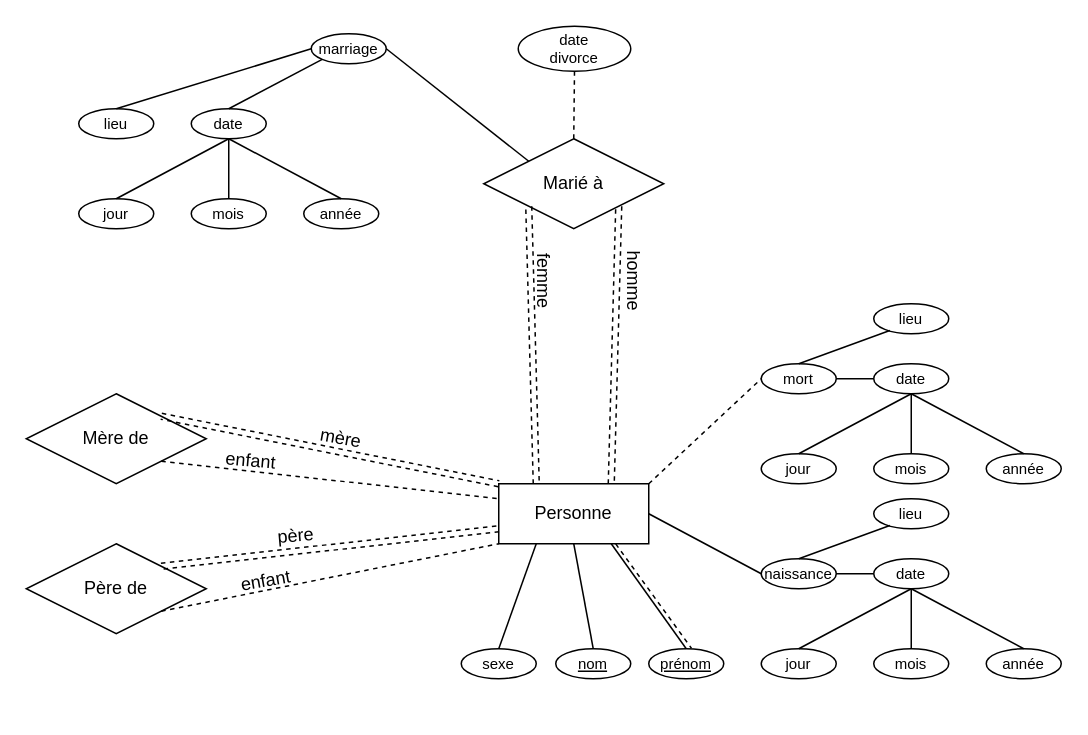
Above: page "Exercice-1" (1 of 2) of Diagramme.drawio in jeanclaude-desrosiers/ift2935-devoir1 (draw.io), before the change. Source tidied: cells renumbered, new cells numbered last; positions are measured from the earlier drawing's top-left corner, leaving out a move shared by most shapes. Both pictures are drawn from the tidied source at 150%, with x=0, y=0 at pixel (26, 26).
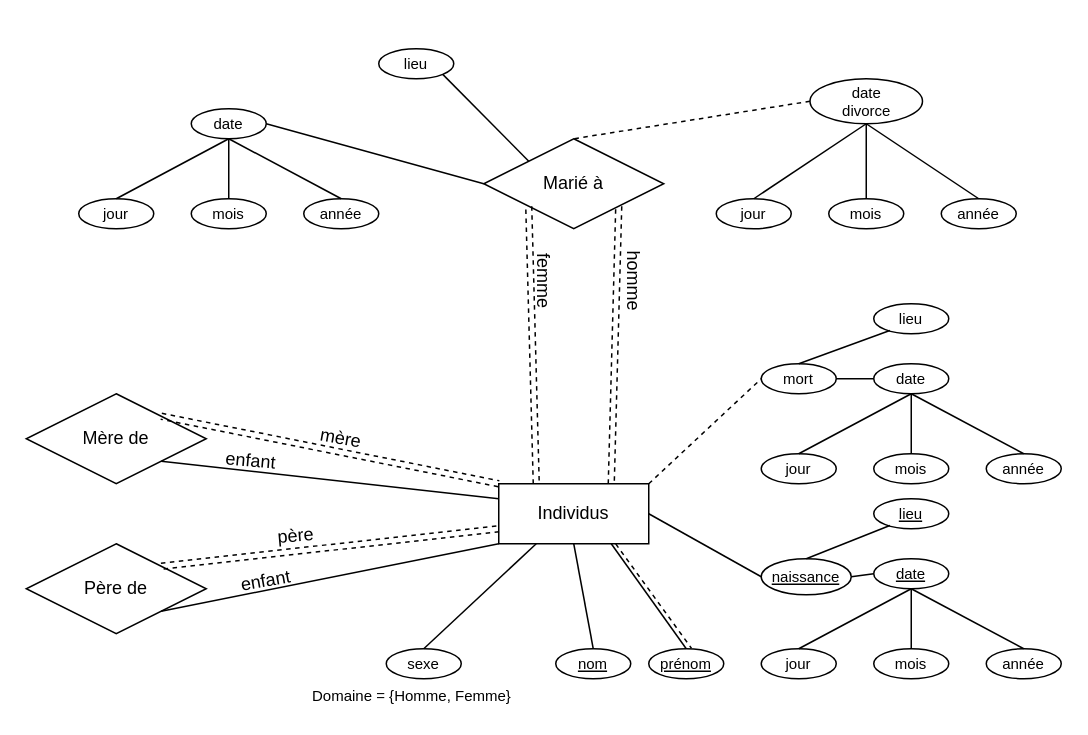
After the change.

Commit message:
Mettre à jour Exercice-1

Unchanged cells that the change refers to:
```xml
<mxCell id="3" value="&lt;div&gt;Mère de&lt;/div&gt;" style="shape=rhombus;perimeter=rhombusPerimeter;whiteSpace=wrap;html=1;align=center;" parent="1" vertex="1">
  <mxGeometry y="245" width="120" height="60" as="geometry" />
</mxCell>
<mxCell id="4" value="&lt;div&gt;Père de&lt;/div&gt;" style="shape=rhombus;perimeter=rhombusPerimeter;whiteSpace=wrap;html=1;align=center;" parent="1" vertex="1">
  <mxGeometry y="345" width="120" height="60" as="geometry" />
</mxCell>
<mxCell id="13" value="Marié à" style="shape=rhombus;perimeter=rhombusPerimeter;whiteSpace=wrap;html=1;align=center;" parent="1" vertex="1">
  <mxGeometry x="305" y="75" width="120" height="60" as="geometry" />
</mxCell>
<mxCell id="19" value="date" style="ellipse;whiteSpace=wrap;html=1;align=center;fontSize=10;" parent="1" vertex="1">
  <mxGeometry x="110" y="55" width="50" height="20" as="geometry" />
</mxCell>
```

What changed in the source:
```diff
@@
-    <mxCell id="2" value="&lt;div&gt;Personne&lt;/div&gt;" style="whiteSpace=wrap;html=1;align=center;" parent="1" vertex="1">
+    <mxCell id="2" value="Individus" style="whiteSpace=wrap;html=1;align=center;" parent="1" vertex="1">
       <mxGeometry x="315" y="305" width="100" height="40" as="geometry" />
     </mxCell>
@@
-    <mxCell id="7" style="endArrow=none;html=1;rounded=0;dashed=1;exitX=1;exitY=1;exitDx=0;exitDy=0;entryX=0;entryY=0.25;entryDx=0;entryDy=0;" parent="1" edge="1" source="3" target="2">
+    <mxCell id="7" style="endArrow=none;html=1;rounded=0;exitX=1;exitY=1;exitDx=0;exitDy=0;entryX=0;entryY=0.25;entryDx=0;entryDy=0;" parent="1" edge="1" source="3" target="2">
       <mxGeometry relative="1" as="geometry" />
     </mxCell>
@@
-    <mxCell id="11" style="endArrow=none;html=1;rounded=0;dashed=1;exitX=1;exitY=1;exitDx=0;exitDy=0;entryX=0;entryY=1;entryDx=0;entryDy=0;" parent="1" edge="1" source="4" target="2">
+    <mxCell id="11" style="endArrow=none;html=1;rounded=0;exitX=1;exitY=1;exitDx=0;exitDy=0;entryX=0;entryY=1;entryDx=0;entryDy=0;" parent="1" edge="1" source="4" target="2">
       <mxGeometry relative="1" as="geometry" />
     </mxCell>
@@
-    <mxCell id="18" value="&lt;div style=&quot;font-size: 10px;&quot;&gt;marriage&lt;/div&gt;" style="ellipse;whiteSpace=wrap;html=1;align=center;fontSize=10;" parent="1" vertex="1">
-      <mxGeometry x="190" y="5" width="50" height="20" as="geometry" />
-    </mxCell>
@@
     <mxCell id="23" value="lieu" style="ellipse;whiteSpace=wrap;html=1;align=center;fontSize=10;" parent="1" vertex="1">
-      <mxGeometry x="35" y="55" width="50" height="20" as="geometry" />
+      <mxGeometry x="235" y="15" width="50" height="20" as="geometry" />
     </mxCell>
     <mxCell id="24" value="&lt;div&gt;date&lt;/div&gt;&lt;div&gt;divorce&lt;br&gt;&lt;/div&gt;" style="ellipse;whiteSpace=wrap;html=1;align=center;fontSize=10;" parent="1" vertex="1">
-      <mxGeometry x="328" width="75" height="30" as="geometry" />
+      <mxGeometry x="522.5" y="35" width="75" height="30" as="geometry" />
     </mxCell>
-    <mxCell id="25" style="endArrow=none;html=1;rounded=0;fontSize=10;entryX=0;entryY=0;entryDx=0;entryDy=0;exitX=1;exitY=0.5;exitDx=0;exitDy=0;" parent="1" edge="1" source="18" target="13">
-      <mxGeometry relative="1" as="geometry" />
-    </mxCell>
-    <mxCell id="26" style="endArrow=none;html=1;rounded=0;fontSize=10;exitX=0.5;exitY=0;exitDx=0;exitDy=0;entryX=0;entryY=1;entryDx=0;entryDy=0;" parent="1" edge="1" source="19" target="18">
+    <mxCell id="26" style="endArrow=none;html=1;rounded=0;fontSize=10;exitX=1;exitY=0.5;exitDx=0;exitDy=0;entryX=0;entryY=0.5;entryDx=0;entryDy=0;" parent="1" edge="1" source="19" target="13">
       <mxGeometry relative="1" as="geometry" />
     </mxCell>
-    <mxCell id="27" style="endArrow=none;html=1;rounded=0;fontSize=10;entryX=0;entryY=0.5;entryDx=0;entryDy=0;exitX=0.5;exitY=0;exitDx=0;exitDy=0;" parent="1" edge="1" source="23" target="18">
+    <mxCell id="27" style="endArrow=none;html=1;rounded=0;fontSize=10;entryX=0;entryY=0;entryDx=0;entryDy=0;exitX=1;exitY=1;exitDx=0;exitDy=0;" parent="1" edge="1" source="23" target="13">
       <mxGeometry relative="1" as="geometry" />
     </mxCell>
@@
-    <mxCell id="31" style="endArrow=none;html=1;rounded=0;fontSize=10;dashed=1;exitX=0.5;exitY=1;exitDx=0;exitDy=0;entryX=0.5;entryY=0;entryDx=0;entryDy=0;" parent="1" edge="1" source="24" target="13">
+    <mxCell id="31" style="endArrow=none;html=1;rounded=0;fontSize=10;dashed=1;exitX=0;exitY=0.5;exitDx=0;exitDy=0;entryX=0.5;entryY=0;entryDx=0;entryDy=0;" parent="1" edge="1" source="24" target="13">
       <mxGeometry relative="1" as="geometry" />
     </mxCell>
     <mxCell id="32" value="&lt;div&gt;sexe&lt;/div&gt;" style="ellipse;whiteSpace=wrap;html=1;align=center;fontSize=10;" parent="1" vertex="1">
-      <mxGeometry x="290" y="415" width="50" height="20" as="geometry" />
+      <mxGeometry x="240" y="415" width="50" height="20" as="geometry" />
     </mxCell>
@@
-    <mxCell id="44" value="naissance" style="ellipse;whiteSpace=wrap;html=1;align=center;fontSize=10;" parent="1" vertex="1">
-      <mxGeometry x="490" y="355" width="50" height="20" as="geometry" />
+    <mxCell id="44" value="naissance" style="ellipse;whiteSpace=wrap;html=1;align=center;fontSize=10;fontStyle=4;" parent="1" vertex="1">
+      <mxGeometry x="490" y="355" width="60" height="24" as="geometry" />
     </mxCell>
-    <mxCell id="45" value="date" style="ellipse;whiteSpace=wrap;html=1;align=center;fontSize=10;" parent="1" vertex="1">
+    <mxCell id="45" value="date" style="ellipse;whiteSpace=wrap;html=1;align=center;fontSize=10;fontStyle=4;" parent="1" vertex="1">
       <mxGeometry x="565" y="355" width="50" height="20" as="geometry" />
     </mxCell>
@@
-    <mxCell id="49" value="lieu" style="ellipse;whiteSpace=wrap;html=1;align=center;fontSize=10;" parent="1" vertex="1">
+    <mxCell id="49" value="lieu" style="ellipse;whiteSpace=wrap;html=1;align=center;fontSize=10;fontStyle=4;" parent="1" vertex="1">
       <mxGeometry x="565" y="315" width="50" height="20" as="geometry" />
     </mxCell>
@@
+    <mxCell id="63" value="&lt;div&gt;jour&lt;/div&gt;" style="ellipse;whiteSpace=wrap;html=1;align=center;fontSize=10;" parent="1" vertex="1">
+      <mxGeometry x="460" y="115" width="50" height="20" as="geometry" />
+    </mxCell>
+    <mxCell id="64" value="mois" style="ellipse;whiteSpace=wrap;html=1;align=center;fontSize=10;" parent="1" vertex="1">
+      <mxGeometry x="535" y="115" width="50" height="20" as="geometry" />
+    </mxCell>
+    <mxCell id="65" value="année" style="ellipse;whiteSpace=wrap;html=1;align=center;fontSize=10;" parent="1" vertex="1">
+      <mxGeometry x="610" y="115" width="50" height="20" as="geometry" />
+    </mxCell>
+    <mxCell id="66" style="endArrow=none;html=1;rounded=0;fontSize=10;exitX=0.5;exitY=0;exitDx=0;exitDy=0;entryX=0.5;entryY=1;entryDx=0;entryDy=0;" parent="1" edge="1" source="63" target="24">
+      <mxGeometry relative="1" as="geometry" />
+    </mxCell>
+    <mxCell id="67" style="endArrow=none;html=1;rounded=0;fontSize=10;exitX=0.5;exitY=1;exitDx=0;exitDy=0;entryX=0.5;entryY=0;entryDx=0;entryDy=0;" parent="1" edge="1" source="24" target="64">
+      <mxGeometry relative="1" as="geometry" />
+    </mxCell>
+    <mxCell id="68" style="endArrow=none;html=1;rounded=0;fontSize=10;exitX=0.5;exitY=1;exitDx=0;exitDy=0;entryX=0.5;entryY=0;entryDx=0;entryDy=0;" parent="1" edge="1" source="24" target="65">
+      <mxGeometry relative="1" as="geometry" />
+    </mxCell>
+    <mxCell id="69" value="Domaine = {Homme, Femme}" style="text;html=1;strokeColor=none;fillColor=none;align=left;verticalAlign=top;whiteSpace=wrap;rounded=0;fontSize=10;spacing=1;" parent="1" vertex="1">
+      <mxGeometry x="190" y="435" width="140" height="20" as="geometry" />
+    </mxCell>
```
